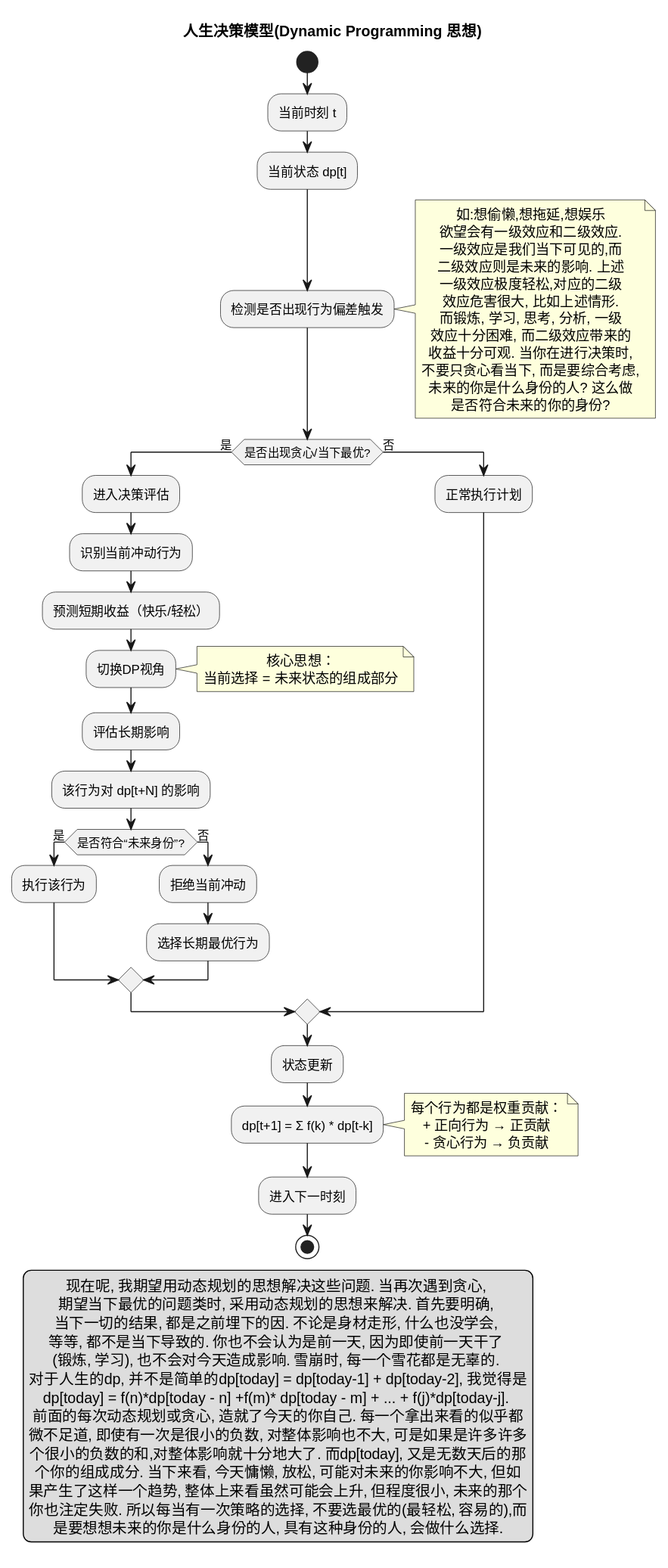
Above: modeling/assets/贪心与动态规划/人生DP决策系统.svg in AlleyNorthward/postgraduate-entrance-exam (PlantUML), before the change. Its diagram source:
```plantuml
@startuml
skinparam DefaultTextAlignment center
title 人生决策模型(Dynamic Programming 思想)
skinparam DefaultTextAlignment center

legend left
现在呢, 我期望用动态规划的思想解决这些问题. 当再次遇到贪心,
期望当下最优的问题类时, 采用动态规划的思想来解决. 首先要明确,
当下一切的结果, 都是之前埋下的因. 不论是身材走形, 什么也没学会,
等等, 都不是当下导致的. 你也不会认为是前一天, 因为即使前一天干了
(锻炼, 学习), 也不会对今天造成影响. 雪崩时, 每一个雪花都是无辜的.
对于人生的dp, 并不是简单的dp[today] = dp[today-1] + dp[today-2], 我觉得是
dp[today] = f(n)*dp[today - n] +f(m)* dp[today - m] + ... + f(j)*dp[today-j].
前面的每次动态规划或贪心, 造就了今天的你自己. 每一个拿出来看的似乎都
微不足道, 即使有一次是很小的负数, 对整体影响也不大, 可是如果是许多许多
个很小的负数的和,对整体影响就十分地大了. 而dp[today], 又是无数天后的那
个你的组成成分. 当下来看, 今天慵懒, 放松, 可能对未来的你影响不大, 但如
果产生了这样一个趋势, 整体上来看虽然可能会上升, 但程度很小, 未来的那个
你也注定失败. 所以每当有一次策略的选择, 不要选最优的(最轻松, 容易的),而
是要想想未来的你是什么身份的人, 具有这种身份的人, 会做什么选择.
end legend
start

:当前时刻 t;
:当前状态 dp[t];

:检测是否出现行为偏差触发;
note right
    如:想偷懒,想拖延,想娱乐
    欲望会有一级效应和二级效应.
    一级效应是我们当下可见的,而
    二级效应则是未来的影响. 上述
    一级效应极度轻松,对应的二级
    效应危害很大, 比如上述情形.
    而锻炼, 学习, 思考, 分析, 一级
    效应十分困难, 而二级效应带来的
    收益十分可观. 当你在进行决策时,
    不要只贪心看当下, 而是要综合考虑,
    未来的你是什么身份的人? 这么做
    是否符合未来的你的身份?
end note

if (是否出现贪心/当下最优?) then (是)

    :进入决策评估;

    :识别当前冲动行为;
    :预测短期收益（快乐/轻松）;

    :切换DP视角;
    note right
        核心思想：
        当前选择 = 未来状态的组成部分
    end note

    :评估长期影响;
    :该行为对 dp[t+N] 的影响;

    if (是否符合“未来身份”?) then (是)
        :执行该行为;
    else (否)
        :拒绝当前冲动;
        :选择长期最优行为;
    endif

else (否)
    :正常执行计划;
endif

:状态更新;

:dp[t+1] = Σ f(k) * dp[t-k];
note right
    每个行为都是权重贡献：
    + 正向行为 → 正贡献
    - 贪心行为 → 负贡献
end note

:进入下一时刻;

stop
@enduml
```
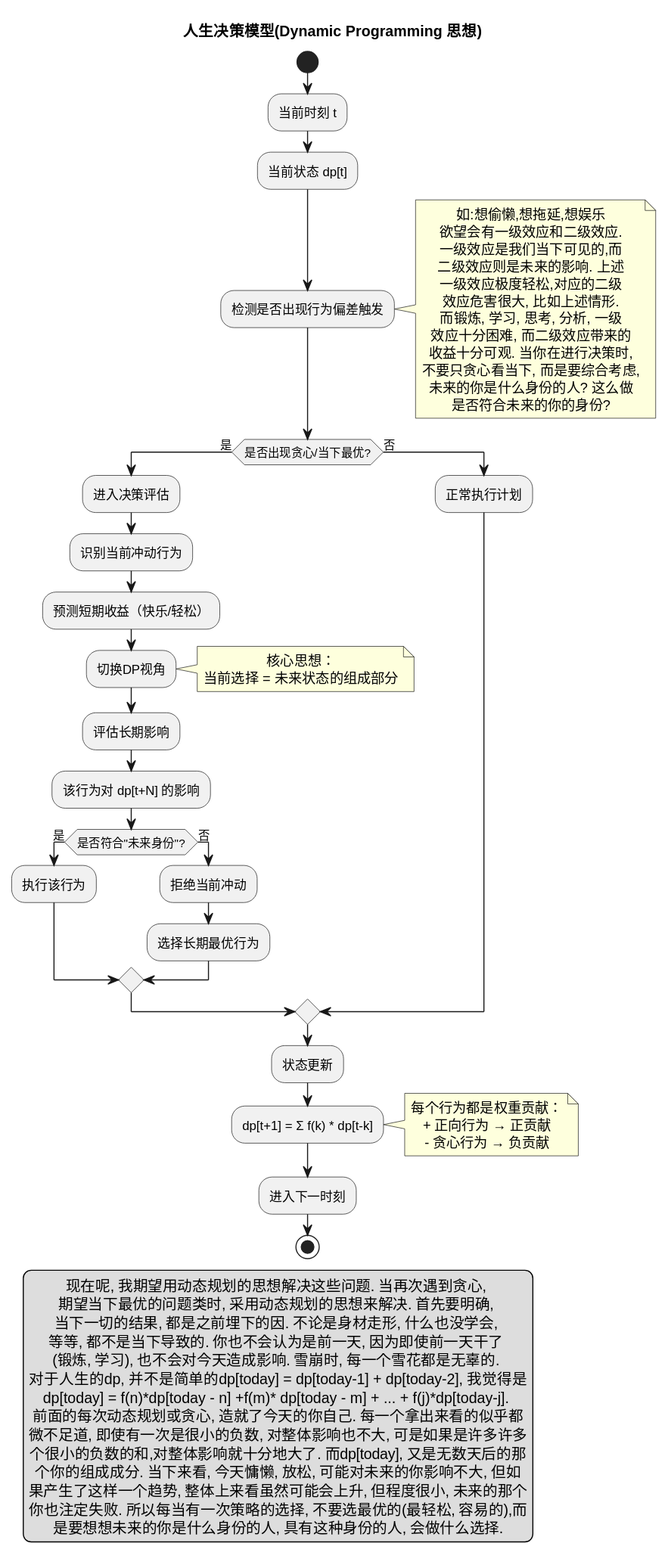
Above is the later version.

Change to the diagram source:
```diff
@@ -56,7 +56,7 @@
     :评估长期影响;
     :该行为对 dp[t+N] 的影响;
 
-    if (是否符合“未来身份”?) then (是)
+    if (是否符合"未来身份"?) then (是)
         :执行该行为;
     else (否)
         :拒绝当前冲动;
```
